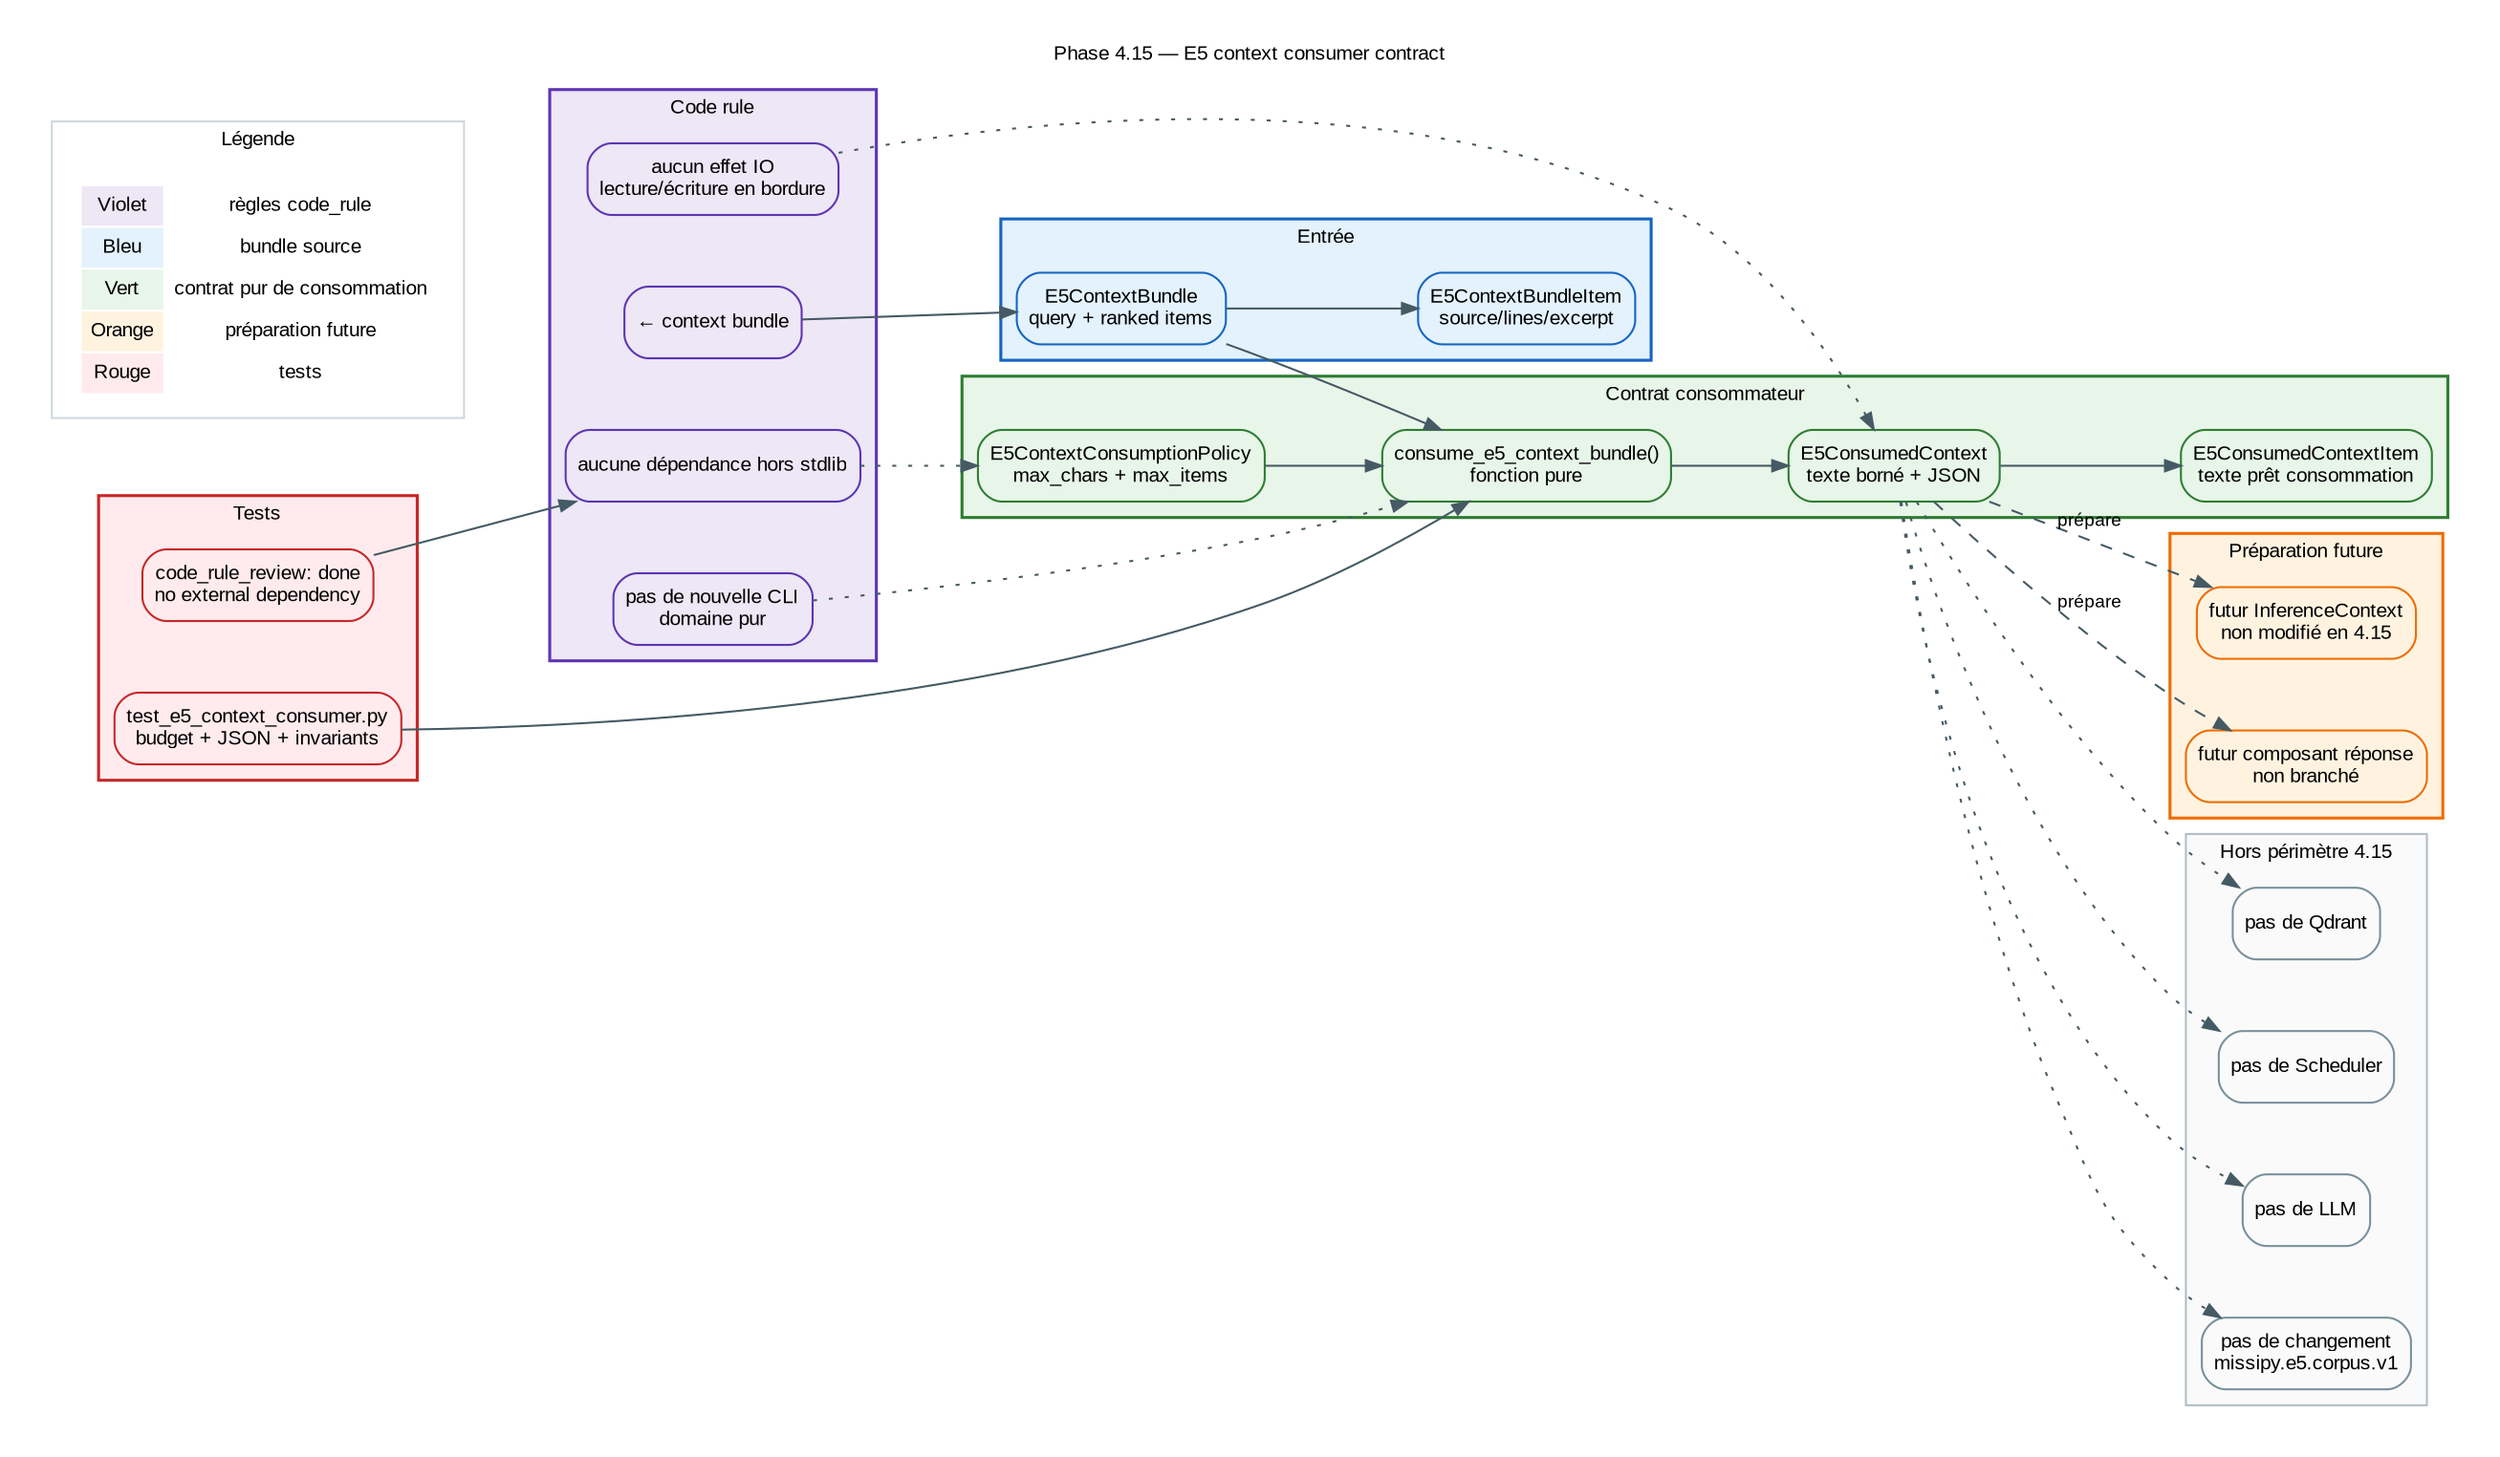
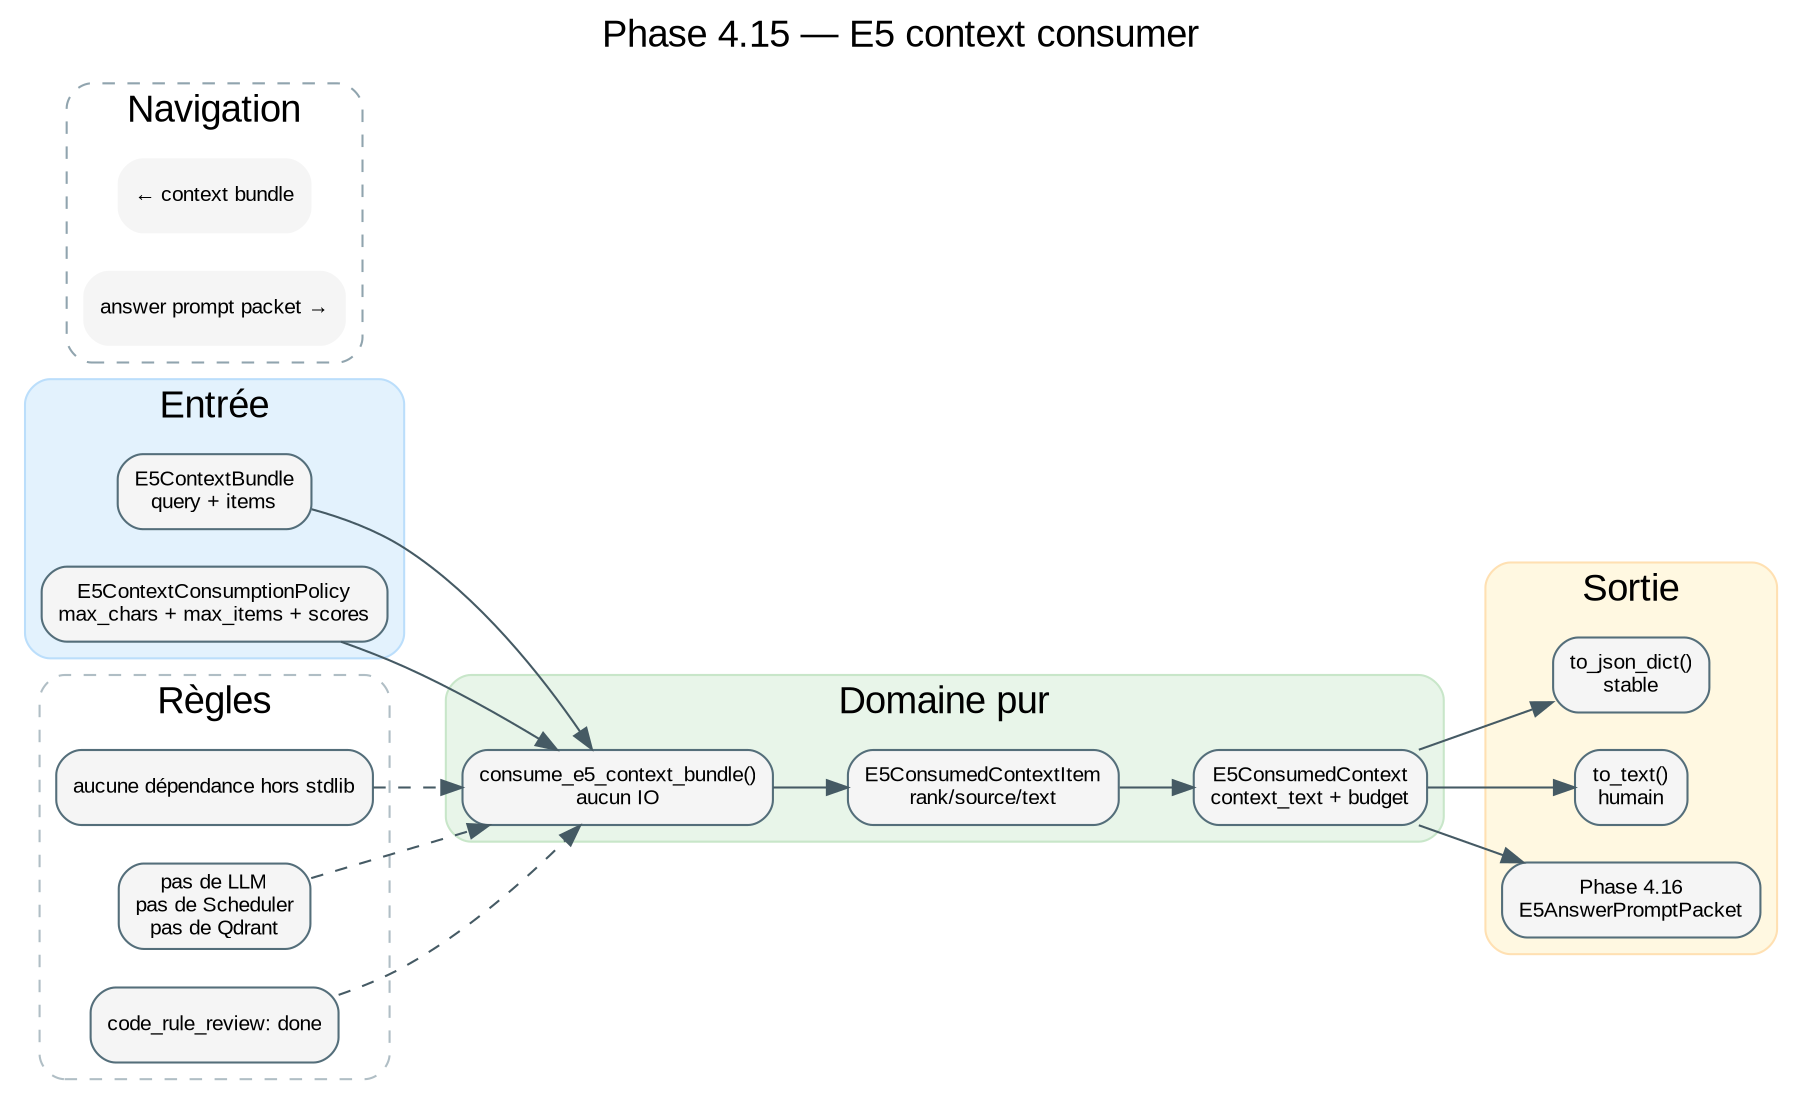
digraph E5ContextConsumer {
-   // ROADMAP_ID: inference.e5_context_consumer
+   graph [
+     label="Phase 4.15 — E5 context consumer",
+     labelloc=t,
+     fontsize=18,
+     fontname="Arial",
+     rankdir=LR,
+     bgcolor="#ffffff"
+   ];
+ 
+   node [shape=box, style="rounded,filled", fontname="Arial", fontsize=10, fillcolor="#f5f5f5", color="#546e7a"];
+   edge [fontname="Arial", fontsize=9, color="#455a64"];
+ 
  // ROADMAP_PARENT: inference/68_e5_context_bundle.dot
-   // ROADMAP_NOTE[phase4_15]:
-   // Prépare un contexte déterministe borné depuis E5ContextBundle, sans IO, sans Scheduler et sans LLM.
- 
-   rankdir=LR;
-   graph [
-     fontname="Arial",
-     fontsize=10,
-     labelloc="t",
-     label="Phase 4.15 — E5 context consumer contract",
-     bgcolor="white",
-     pad=0.25,
-     nodesep=0.5,
-     ranksep=0.8
-   ];
-   node [shape=box, style="filled,rounded", fontname="Arial", fontsize=10, margin="0.09,0.06"];
-   edge [fontname="Arial", fontsize=9, color="#455a64", arrowsize=0.8];
- 
-   subgraph cluster_rule {
-     label="Code rule";
-     color="#5e35b1";
-     bgcolor="#ede7f6";
-     penwidth=1.5;
-     node [fillcolor="#ede7f6", color="#5e35b1"];
-     Parent [label="← context bundle", URL="68_e5_context_bundle.svg"];
-     NoDeps [label="aucune dépendance hors stdlib"];
-     NoCli [label="pas de nouvelle CLI\ndomaine pur"];
-     NoIo [label="aucun effet IO\nlecture/écriture en bordure"];
-   }
+   // ROADMAP_NEXT: inference/70_e5_answer_prompt_packet.dot

  subgraph cluster_input {
    label="Entrée";
-     color="#1565c0";
-     bgcolor="#e3f2fd";
-     penwidth=1.5;
-     node [fillcolor="#e3f2fd", color="#1565c0"];
-     Bundle [label="E5ContextBundle\nquery + ranked items", URL="68_e5_context_bundle.svg"];
-     Item [label="E5ContextBundleItem\nsource/lines/excerpt"];
+     style="rounded,filled";
+     color="#bbdefb";
+     fillcolor="#e3f2fd";
+ 
+     Bundle [label="E5ContextBundle\nquery + items", URL="68_e5_context_bundle.svg"];
+     Policy [label="E5ContextConsumptionPolicy\nmax_chars + max_items + scores"];
  }

-   subgraph cluster_contract {
-     label="Contrat consommateur";
-     color="#2e7d32";
-     bgcolor="#e8f5e9";
-     penwidth=1.5;
-     node [fillcolor="#e8f5e9", color="#2e7d32"];
-     Policy [label="E5ContextConsumptionPolicy\nmax_chars + max_items"];
-     UseCase [label="consume_e5_context_bundle()\nfonction pure"];
-     Result [label="E5ConsumedContext\ntexte borné + JSON"];
-     ResultItem [label="E5ConsumedContextItem\ntexte prêt consommation"];
+   subgraph cluster_domain {
+     label="Domaine pur";
+     style="rounded,filled";
+     color="#c8e6c9";
+     fillcolor="#e8f5e9";
+ 
+     Consumer [label="consume_e5_context_bundle()\naucun IO"];
+     Item [label="E5ConsumedContextItem\nrank/source/text"];
+     Consumed [label="E5ConsumedContext\ncontext_text + budget"];
  }

-   subgraph cluster_future {
-     label="Préparation future";
-     color="#ef6c00";
-     bgcolor="#fff3e0";
-     penwidth=1.5;
-     node [fillcolor="#fff3e0", color="#ef6c00"];
-     FutureInference [label="futur InferenceContext\nnon modifié en 4.15"];
-     FutureAnswer [label="futur composant réponse\nnon branché"];
+   subgraph cluster_output {
+     label="Sortie";
+     style="rounded,filled";
+     color="#ffe0b2";
+     fillcolor="#fff8e1";
+ 
+     Json [label="to_json_dict()\nstable"];
+     Text [label="to_text()\nhumain"];
+     Prompt [label="Phase 4.16\nE5AnswerPromptPacket", URL="70_e5_answer_prompt_packet.svg"];
  }

-   subgraph cluster_tests {
-     label="Tests";
-     color="#c62828";
-     bgcolor="#ffebee";
-     penwidth=1.5;
-     node [fillcolor="#ffebee", color="#c62828"];
-     UnitTests [label="test_e5_context_consumer.py\nbudget + JSON + invariants"];
-     Rule [label="code_rule_review: done\nno external dependency"];
+   subgraph cluster_rules {
+     label="Règles";
+     style="rounded,dashed";
+     color="#b0bec5";
+ 
+     NoDeps [label="aucune dépendance hors stdlib"];
+     NoLLM [label="pas de LLM\npas de Scheduler\npas de Qdrant"];
+     CodeRule [label="code_rule_review: done"];
  }

-   Parent -> Bundle;
-   NoDeps -> Policy [style=dotted];
-   NoCli -> UseCase [style=dotted];
-   NoIo -> Result [style=dotted];
-   Bundle -> Item;
-   Bundle -> UseCase;
-   Policy -> UseCase;
-   UseCase -> Result;
-   Result -> ResultItem;
-   Result -> FutureInference [style=dashed, label="prépare"];
-   Result -> FutureAnswer [style=dashed, label="prépare"];
-   UnitTests -> UseCase;
-   Rule -> NoDeps;
+   Bundle -> Consumer;
+   Policy -> Consumer;
+   Consumer -> Item;
+   Item -> Consumed;
+   Consumed -> Json;
+   Consumed -> Text;
+   Consumed -> Prompt;
+   NoDeps -> Consumer [style=dashed];
+   NoLLM -> Consumer [style=dashed];
+   CodeRule -> Consumer [style=dashed];

-   subgraph cluster_scope {
-     label="Hors périmètre 4.15";
-     color="#b0bec5";
-     bgcolor="#fafafa";
-     node [fillcolor="#fafafa", color="#78909c"];
-     NoQdrant [label="pas de Qdrant"];
-     NoScheduler [label="pas de Scheduler"];
-     NoLlm [label="pas de LLM"];
-     NoCorpusSchema [label="pas de changement\nmissipy.e5.corpus.v1"];
+   subgraph cluster_navigation {
+     label="Navigation";
+     style="rounded,dashed";
+     color="#90a4ae";
+ 
+     Parent [label="← context bundle", shape=plaintext, URL="68_e5_context_bundle.svg"];
+     Next [label="answer prompt packet →", shape=plaintext, URL="70_e5_answer_prompt_packet.svg"];
  }

-   Result -> NoQdrant [style=dotted];
-   Result -> NoScheduler [style=dotted];
-   Result -> NoLlm [style=dotted];
-   Result -> NoCorpusSchema [style=dotted];
- 
-   subgraph cluster_legend {
-     label="Légende";
-     color="#cfd8dc";
-     bgcolor="#ffffff";
-     penwidth=1.0;
-     node [shape=plaintext, fillcolor="#ffffff", color="#ffffff"];
-     Legend [label=<
-       <TABLE BORDER="0" CELLBORDER="1" CELLSPACING="0" CELLPADDING="4">
-         <TR><TD BGCOLOR="#ede7f6">Violet</TD><TD>règles code_rule</TD></TR>
-         <TR><TD BGCOLOR="#e3f2fd">Bleu</TD><TD>bundle source</TD></TR>
-         <TR><TD BGCOLOR="#e8f5e9">Vert</TD><TD>contrat pur de consommation</TD></TR>
-         <TR><TD BGCOLOR="#fff3e0">Orange</TD><TD>préparation future</TD></TR>
-         <TR><TD BGCOLOR="#ffebee">Rouge</TD><TD>tests</TD></TR>
-       </TABLE>
-     >];
-   }
- 
-   // HTML_DETAIL[phase4_15]:
-   // title: E5 context consumer contract
-   // summary: Transforme un E5ContextBundle en contexte texte déterministe borné pour un futur consommateur de raisonnement.
-   // technical: consume_e5_context_bundle est pur ; budget max_chars/max_items explicite ; aucun IO ni backend supplémentaire.
-   // ui_hint: Afficher used_chars/max_chars, selected_item_count et skipped_item_count dans une future vue HTML.
+   // HTML_DETAIL[phase4_15]: contexte consommé, budget déterministe, aucune génération.
}
